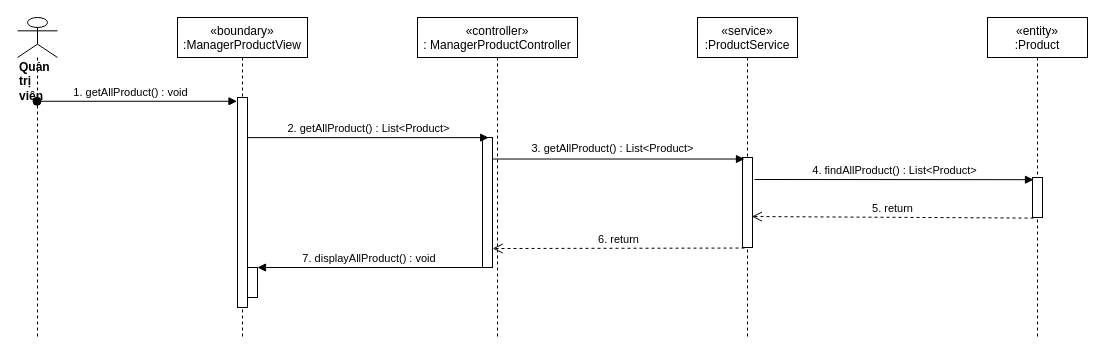
Before: sequence diagram/view-products-manager-sequence.drawio in nguyenphamvan/datn_20202, a draw.io diagram. Source tidied: cells renumbered, new cells numbered last; positions are measured from the earlier drawing's top-left corner, leaving out a move shared by most shapes. Both pictures are drawn from the tidied source at 100%, with x=0, y=0 at pixel (17, 17).
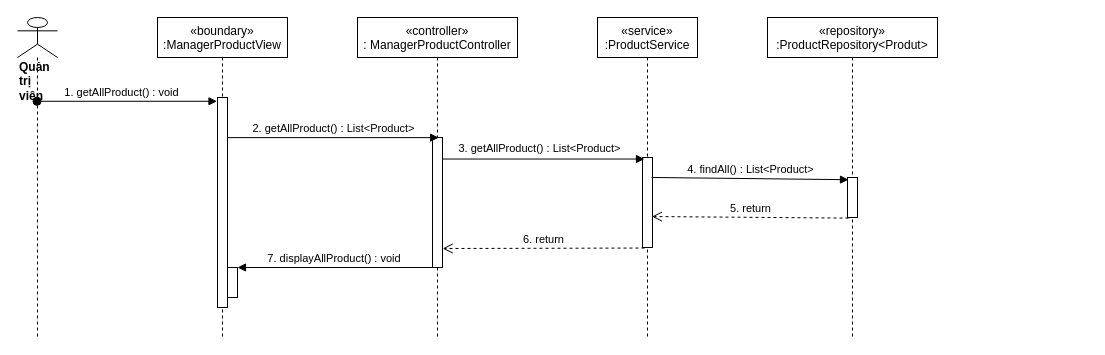
Above is the later version.

Unchanged cells that the change refers to:
```xml
<mxCell id="10" style="points=[];perimeter=orthogonalPerimeter;rounded=0;shadow=0;strokeWidth=1;" parent="9" vertex="1">
  <mxGeometry x="45" y="140" width="10" height="90" as="geometry" />
</mxCell>
```

The edit, as a diff of the source:
```diff
@@
     <mxCell id="2" value="«boundary»&#10;:ManagerProductView" style="shape=umlLifeline;perimeter=lifelinePerimeter;rounded=0;shadow=0;strokeWidth=1;" parent="1" vertex="1">
-      <mxGeometry x="160" width="130" height="320" as="geometry" />
+      <mxGeometry x="140" width="130" height="320" as="geometry" />
     </mxCell>
@@
     <mxCell id="5" value="«controller»&#10;: ManagerProductController" style="shape=umlLifeline;perimeter=lifelinePerimeter;rounded=0;shadow=0;strokeWidth=1;" parent="1" vertex="1">
-      <mxGeometry x="400" width="160" height="320" as="geometry" />
+      <mxGeometry x="340" width="160" height="320" as="geometry" />
     </mxCell>
     <mxCell id="6" style="points=[];perimeter=orthogonalPerimeter;rounded=0;shadow=0;strokeWidth=1;" parent="5" vertex="1">
-      <mxGeometry x="65" y="120" width="10" height="130" as="geometry" />
+      <mxGeometry x="75" y="120" width="10" height="130" as="geometry" />
     </mxCell>
@@
     <mxCell id="9" value="«service»&#10;:ProductService" style="shape=umlLifeline;perimeter=lifelinePerimeter;rounded=0;shadow=0;strokeWidth=1;" parent="1" vertex="1">
-      <mxGeometry x="680" width="100" height="320" as="geometry" />
+      <mxGeometry x="580" width="100" height="320" as="geometry" />
     </mxCell>
@@
-    <mxCell id="16" value="«entity»&#10;:Product" style="shape=umlLifeline;perimeter=lifelinePerimeter;rounded=0;shadow=0;strokeWidth=1;" parent="1" vertex="1">
-      <mxGeometry x="970" width="100" height="320" as="geometry" />
+    <mxCell id="16" value="«repository»&#10;:ProductRepository&lt;Produt&gt;" style="shape=umlLifeline;perimeter=lifelinePerimeter;rounded=0;shadow=0;strokeWidth=1;" parent="1" vertex="1">
+      <mxGeometry x="750" width="170" height="320" as="geometry" />
     </mxCell>
     <mxCell id="17" style="points=[];perimeter=orthogonalPerimeter;rounded=0;shadow=0;strokeWidth=1;" parent="16" vertex="1">
-      <mxGeometry x="45" y="160" width="10" height="40" as="geometry" />
+      <mxGeometry x="80" y="160" width="10" height="40" as="geometry" />
     </mxCell>
-    <mxCell id="18" value="4. findAllProduct() : List&amp;lt;Product&amp;gt;" style="html=1;verticalAlign=bottom;endArrow=block;entryX=0.1;entryY=0.055;entryDx=0;entryDy=0;entryPerimeter=0;" parent="1" edge="1" target="17">
-      <mxGeometry relative="1" as="geometry">
-        <mxPoint x="737" y="162" as="sourcePoint" />
-      </mxGeometry>
+    <mxCell id="18" value="4. findAll() : List&amp;lt;Product&amp;gt;" style="html=1;verticalAlign=bottom;endArrow=block;entryX=0.1;entryY=0.055;entryDx=0;entryDy=0;entryPerimeter=0;exitX=0.9;exitY=0.222;exitDx=0;exitDy=0;exitPerimeter=0;" parent="1" edge="1" source="10" target="17">
+      <mxGeometry relative="1" as="geometry" />
     </mxCell>
```
